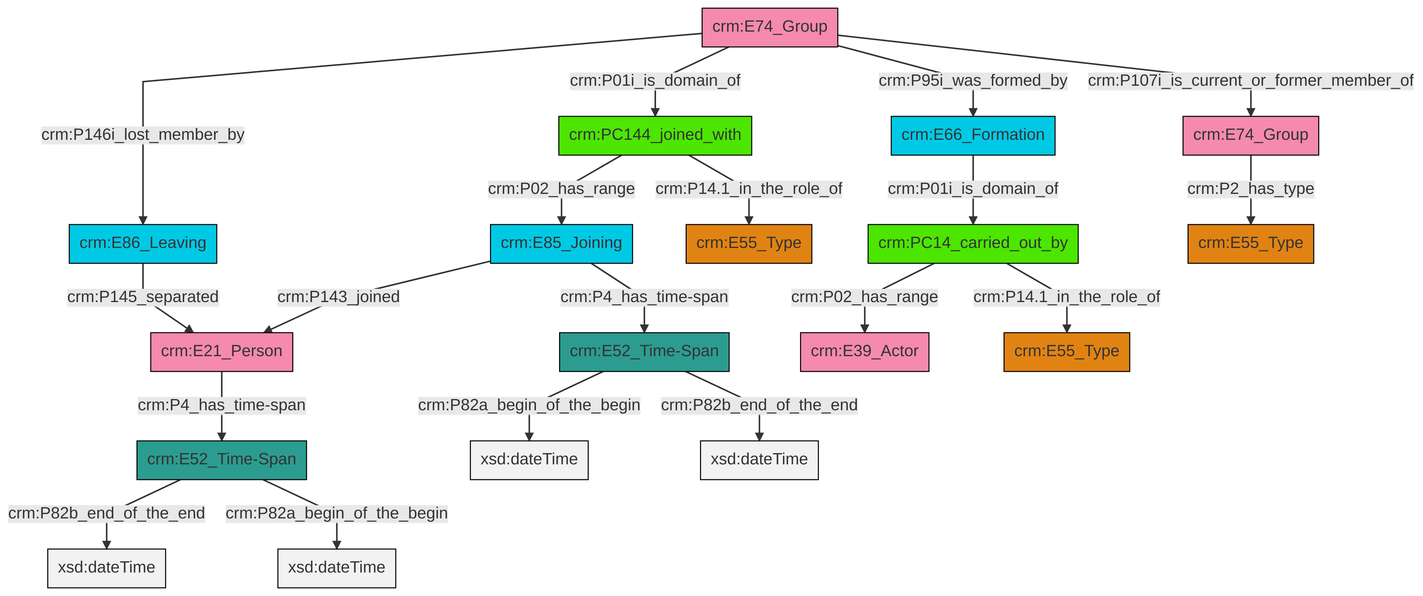
Above: et/groupCSV/ttl/mmd/png/group_actor_relations.png in swiss-art-research-net/reference-data-models (Mermaid), before the change. Its source is kept beside it as et/groupCSV/ttl/mmd/group_actor_relations.ttl.mmd.
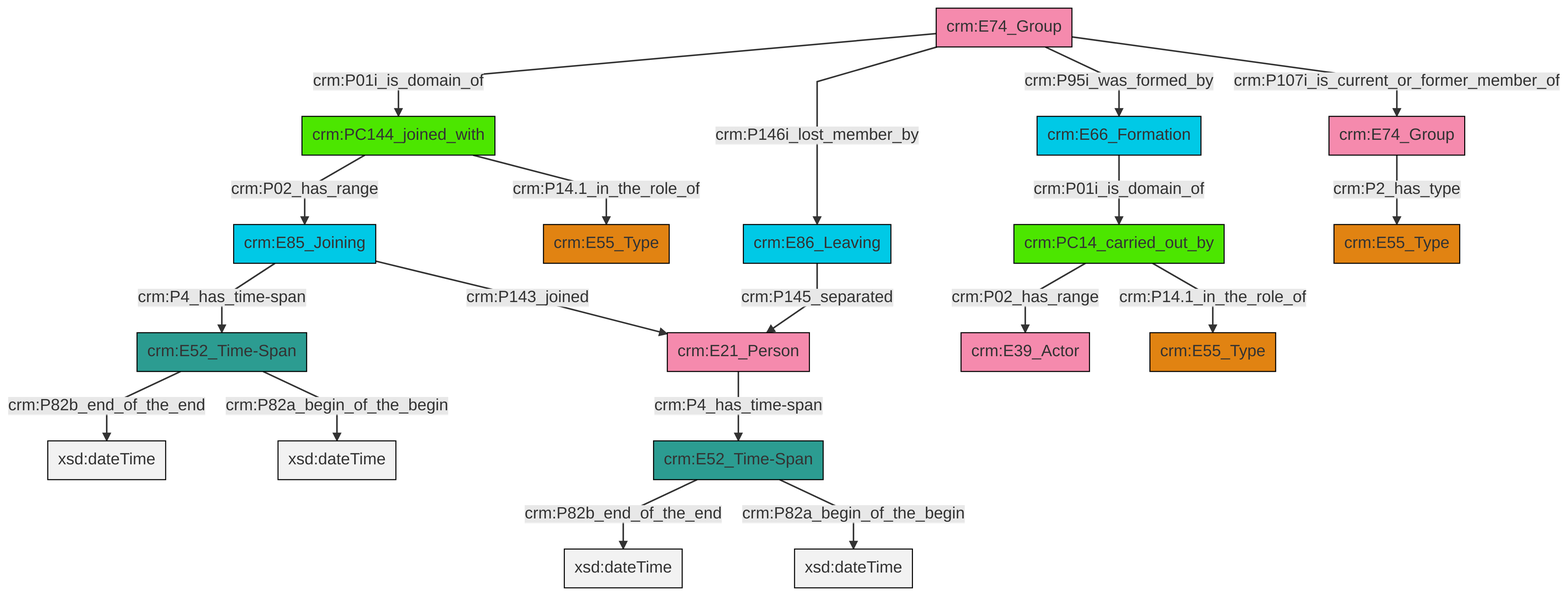
The same file after the commit.

Change to the diagram source:
```diff
@@ -13,21 +13,21 @@
 classDef PC_Classes fill:#4ce600, stroke:#000000;
 classDef Multi fill:#cccccc,stroke:#000000;
 
-0["crm:E21_Person"]:::Actor -->|crm:P4_has_time-span| 1["crm:E52_Time-Span"]:::Time-Span
-2["crm:E74_Group"]:::Actor -->|crm:P146i_lost_member_by| 3["crm:E86_Leaving"]:::Temporal_Entity
-2["crm:E74_Group"]:::Actor -->|crm:P01i_is_domain_of| 4["crm:PC144_joined_with"]:::PC_Classes
-4["crm:PC144_joined_with"]:::PC_Classes -->|crm:P02_has_range| 5["crm:E85_Joining"]:::Temporal_Entity
-1["crm:E52_Time-Span"]:::Time-Span -->|crm:P82b_end_of_the_end| 9[xsd:dateTime]:::Literal
-4["crm:PC144_joined_with"]:::PC_Classes -->|crm:P14.1_in_the_role_of| 6["crm:E55_Type"]:::Type
-1["crm:E52_Time-Span"]:::Time-Span -->|crm:P82a_begin_of_the_begin| 10[xsd:dateTime]:::Literal
-5["crm:E85_Joining"]:::Temporal_Entity -->|crm:P4_has_time-span| 11["crm:E52_Time-Span"]:::Time-Span
-12["crm:E66_Formation"]:::Temporal_Entity -->|crm:P01i_is_domain_of| 13["crm:PC14_carried_out_by"]:::PC_Classes
-5["crm:E85_Joining"]:::Temporal_Entity -->|crm:P143_joined| 0["crm:E21_Person"]:::Actor
-16["crm:E74_Group"]:::Actor -->|crm:P2_has_type| 14["crm:E55_Type"]:::Type
-13["crm:PC14_carried_out_by"]:::PC_Classes -->|crm:P14.1_in_the_role_of| 19["crm:E55_Type"]:::Type
-11["crm:E52_Time-Span"]:::Time-Span -->|crm:P82a_begin_of_the_begin| 23[xsd:dateTime]:::Literal
-11["crm:E52_Time-Span"]:::Time-Span -->|crm:P82b_end_of_the_end| 24[xsd:dateTime]:::Literal
-2["crm:E74_Group"]:::Actor -->|crm:P107i_is_current_or_former_member_of| 16["crm:E74_Group"]:::Actor
-2["crm:E74_Group"]:::Actor -->|crm:P95i_was_formed_by| 12["crm:E66_Formation"]:::Temporal_Entity
-3["crm:E86_Leaving"]:::Temporal_Entity -->|crm:P145_separated| 0["crm:E21_Person"]:::Actor
-13["crm:PC14_carried_out_by"]:::PC_Classes -->|crm:P02_has_range| 17["crm:E39_Actor"]:::Actor
+0["crm:E74_Group"]:::Actor -->|crm:P01i_is_domain_of| 1["crm:PC144_joined_with"]:::PC_Classes
+0["crm:E74_Group"]:::Actor -->|crm:P146i_lost_member_by| 2["crm:E86_Leaving"]:::Temporal_Entity
+3["crm:E66_Formation"]:::Temporal_Entity -->|crm:P01i_is_domain_of| 7["crm:PC14_carried_out_by"]:::PC_Classes
+10["crm:E21_Person"]:::Actor -->|crm:P4_has_time-span| 11["crm:E52_Time-Span"]:::Time-Span
+2["crm:E86_Leaving"]:::Temporal_Entity -->|crm:P145_separated| 10["crm:E21_Person"]:::Actor
+18["crm:E52_Time-Span"]:::Time-Span -->|crm:P82b_end_of_the_end| 19[xsd:dateTime]:::Literal
+11["crm:E52_Time-Span"]:::Time-Span -->|crm:P82b_end_of_the_end| 20[xsd:dateTime]:::Literal
+0["crm:E74_Group"]:::Actor -->|crm:P95i_was_formed_by| 3["crm:E66_Formation"]:::Temporal_Entity
+22["crm:E74_Group"]:::Actor -->|crm:P2_has_type| 8["crm:E55_Type"]:::Type
+1["crm:PC144_joined_with"]:::PC_Classes -->|crm:P02_has_range| 13["crm:E85_Joining"]:::Temporal_Entity
+1["crm:PC144_joined_with"]:::PC_Classes -->|crm:P14.1_in_the_role_of| 16["crm:E55_Type"]:::Type
+13["crm:E85_Joining"]:::Temporal_Entity -->|crm:P4_has_time-span| 18["crm:E52_Time-Span"]:::Time-Span
+0["crm:E74_Group"]:::Actor -->|crm:P107i_is_current_or_former_member_of| 22["crm:E74_Group"]:::Actor
+7["crm:PC14_carried_out_by"]:::PC_Classes -->|crm:P02_has_range| 5["crm:E39_Actor"]:::Actor
+13["crm:E85_Joining"]:::Temporal_Entity -->|crm:P143_joined| 10["crm:E21_Person"]:::Actor
+18["crm:E52_Time-Span"]:::Time-Span -->|crm:P82a_begin_of_the_begin| 30[xsd:dateTime]:::Literal
+7["crm:PC14_carried_out_by"]:::PC_Classes -->|crm:P14.1_in_the_role_of| 25["crm:E55_Type"]:::Type
+11["crm:E52_Time-Span"]:::Time-Span -->|crm:P82a_begin_of_the_begin| 34[xsd:dateTime]:::Literal
```
